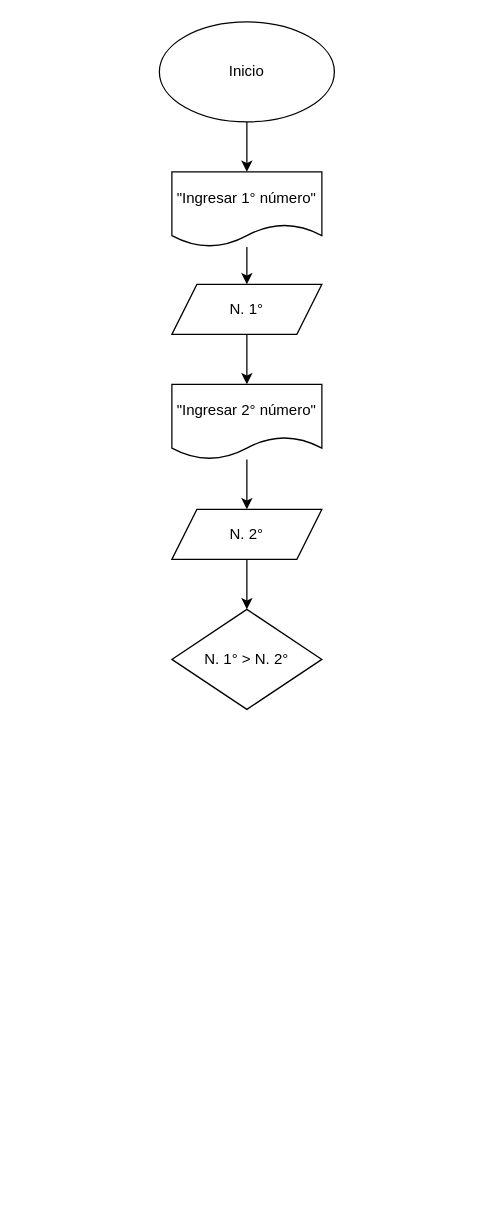
Before: Lab - 2 Ejercicio 3 y 4.drawio in CarlosUanl/Trabajos-MDLP--3-oportunidad-, a draw.io diagram. Source tidied: cells renumbered, new cells numbered last; positions are measured from the earlier drawing's top-left corner, leaving out a move shared by most shapes. Both pictures are drawn from the tidied source at 125%, with x=0, y=0 at pixel (159, 21).
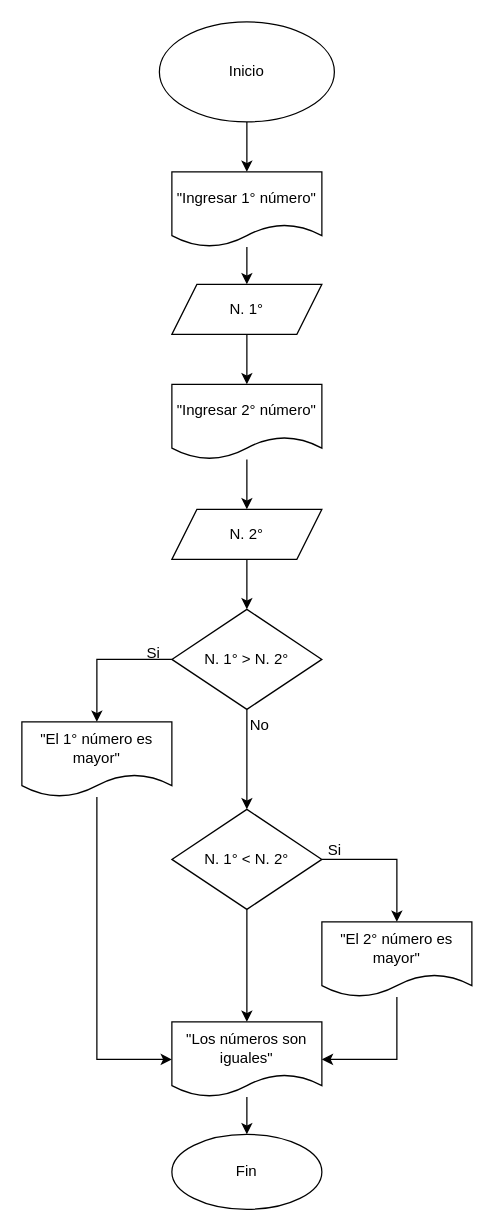
The same page after the edit.

Unchanged cells that the change refers to:
```xml
<mxCell id="12" value="N. 1° &amp;gt; N. 2°" style="rhombus;whiteSpace=wrap;html=1;" parent="1" vertex="1">
  <mxGeometry x="10" y="470" width="120" height="80" as="geometry" />
</mxCell>
```

Change to the diagram source:
```diff
@@
+    <mxCell id="13" style="edgeStyle=orthogonalEdgeStyle;rounded=0;jettySize=auto;html=1;entryX=0.5;entryY=0;entryDx=0;entryDy=0;" parent="1" edge="1" source="12" target="16">
+      <mxGeometry relative="1" as="geometry">
+        <Array as="points">
+          <mxPoint x="-50" y="510" />
+        </Array>
+      </mxGeometry>
+    </mxCell>
+    <mxCell id="14" style="edgeStyle=orthogonalEdgeStyle;rounded=0;jettySize=auto;html=1;entryX=0.5;entryY=0;entryDx=0;entryDy=0;" parent="1" edge="1" source="12" target="20">
+      <mxGeometry relative="1" as="geometry" />
+    </mxCell>
@@
+    <mxCell id="15" style="edgeStyle=orthogonalEdgeStyle;rounded=0;jettySize=auto;html=1;entryX=0;entryY=0.5;entryDx=0;entryDy=0;" parent="1" edge="1" source="16" target="26">
+      <mxGeometry relative="1" as="geometry" />
+    </mxCell>
+    <mxCell id="16" value="&quot;El 1° número es mayor&quot;" style="shape=document;whiteSpace=wrap;html=1;boundedLbl=1;" parent="1" vertex="1">
+      <mxGeometry x="-110" y="560" width="120" height="60" as="geometry" />
+    </mxCell>
+    <mxCell id="17" value="Si" style="text;html=1;align=center;verticalAlign=middle;strokeColor=none;fillColor=none;" parent="1" vertex="1">
+      <mxGeometry x="-20" y="490" width="30" height="30" as="geometry" />
+    </mxCell>
+    <mxCell id="18" style="edgeStyle=orthogonalEdgeStyle;rounded=0;jettySize=auto;html=1;entryX=0.5;entryY=0;entryDx=0;entryDy=0;" parent="1" edge="1" source="20" target="22">
+      <mxGeometry relative="1" as="geometry">
+        <Array as="points">
+          <mxPoint x="190" y="670" />
+        </Array>
+      </mxGeometry>
+    </mxCell>
+    <mxCell id="19" style="edgeStyle=orthogonalEdgeStyle;rounded=0;jettySize=auto;html=1;entryX=0.5;entryY=0;entryDx=0;entryDy=0;" parent="1" edge="1" source="20" target="26">
+      <mxGeometry relative="1" as="geometry" />
+    </mxCell>
+    <mxCell id="20" value="N. 1° &amp;lt; N. 2°" style="rhombus;whiteSpace=wrap;html=1;" parent="1" vertex="1">
+      <mxGeometry x="10" y="630" width="120" height="80" as="geometry" />
+    </mxCell>
+    <mxCell id="21" style="edgeStyle=orthogonalEdgeStyle;rounded=0;jettySize=auto;html=1;entryX=1;entryY=0.5;entryDx=0;entryDy=0;" parent="1" edge="1" source="22" target="26">
+      <mxGeometry relative="1" as="geometry" />
+    </mxCell>
+    <mxCell id="22" value="&quot;El 2° número es mayor&quot;" style="shape=document;whiteSpace=wrap;html=1;boundedLbl=1;" parent="1" vertex="1">
+      <mxGeometry x="130" y="720" width="120" height="60" as="geometry" />
+    </mxCell>
+    <mxCell id="23" value="Si" style="text;html=1;align=center;verticalAlign=middle;strokeColor=none;fillColor=none;" parent="1" vertex="1">
+      <mxGeometry x="125" y="648" width="30" height="30" as="geometry" />
+    </mxCell>
+    <mxCell id="24" value="No" style="text;html=1;align=center;verticalAlign=middle;strokeColor=none;fillColor=none;" parent="1" vertex="1">
+      <mxGeometry x="60" y="548" width="40" height="30" as="geometry" />
+    </mxCell>
+    <mxCell id="25" style="edgeStyle=orthogonalEdgeStyle;rounded=0;jettySize=auto;html=1;" parent="1" edge="1" source="26" target="27">
+      <mxGeometry relative="1" as="geometry" />
+    </mxCell>
+    <mxCell id="26" value="&quot;Los números son iguales&quot;" style="shape=document;whiteSpace=wrap;html=1;boundedLbl=1;" parent="1" vertex="1">
+      <mxGeometry x="10" y="800" width="120" height="60" as="geometry" />
+    </mxCell>
+    <mxCell id="27" value="Fin" style="ellipse;whiteSpace=wrap;html=1;" parent="1" vertex="1">
+      <mxGeometry x="10" y="890" width="120" height="60" as="geometry" />
+    </mxCell>
```
